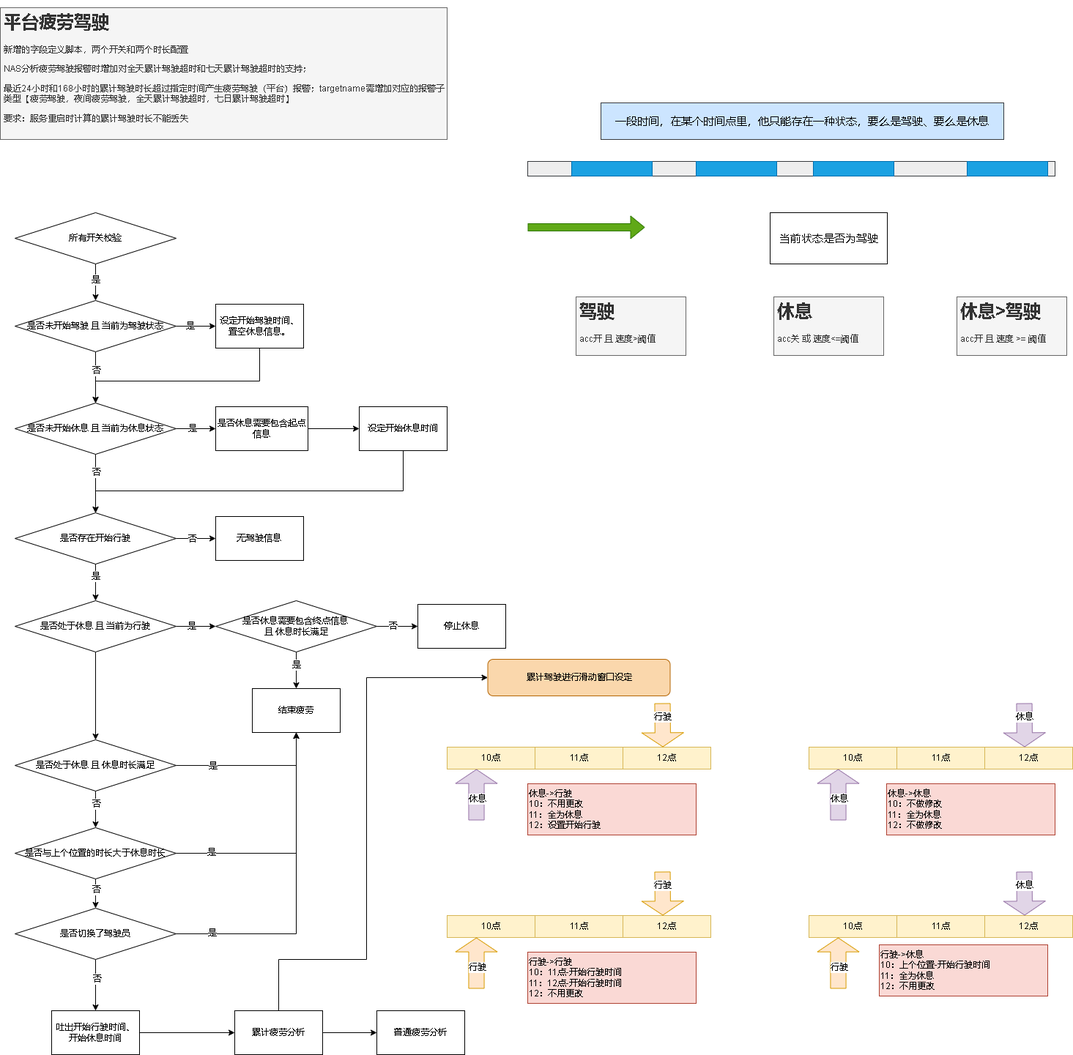
xktder/draw keeps this draw.io diagram as 平台疲劳驾驶.drawio.png. Above is the earlier version. Source tidied: cells renumbered, new cells last; positions are measured from the earlier drawing's top-left corner, leaving out a move shared by most shapes.
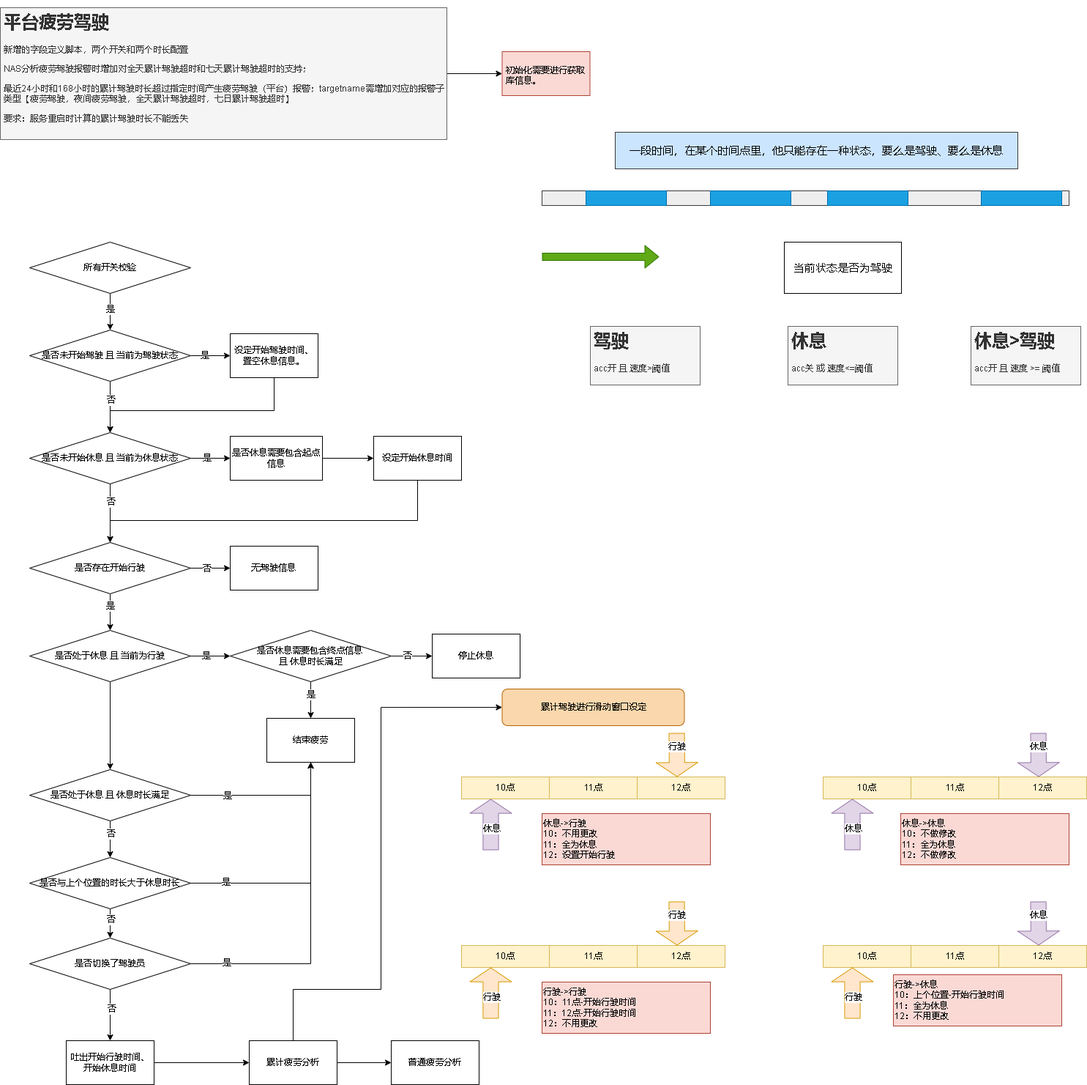
After the change.

Commit message:
更新平台疲劳驾驶.drawio.png

What changed in the source:
```diff
@@ -2,8 +2,11 @@
   <root>
     <mxCell id="0" />
     <mxCell id="1" parent="0" />
+    <mxCell id="104" style="edgeStyle=orthogonalEdgeStyle;rounded=0;jettySize=auto;html=1;" parent="1" edge="1" source="2" target="105">
+      <mxGeometry relative="1" as="geometry" />
+    </mxCell>
     <mxCell id="2" value="&lt;h1&gt;平台疲劳驾驶&lt;/h1&gt;&lt;p&gt;新增的字段定义脚本，两个开关和两个时长配置&lt;/p&gt;&lt;p&gt;NAS分析疲劳驾驶报警时增加对全天累计驾驶超时和七天累计驾驶超时的支持；&lt;/p&gt;&lt;p&gt;最近24小时和168小时的累计驾驶时长超过指定时间产生疲劳驾驶（平台）报警；targetname需增加对应的报警子类型【疲劳驾驶，夜间疲劳驾驶，全天累计驾驶超时，七日累计驾驶超时】&lt;/p&gt;&lt;p&gt;要求：服务重启时计算的累计驾驶时长不能丢失&lt;/p&gt;" style="text;html=1;strokeColor=#666666;fillColor=#f5f5f5;spacing=5;spacingTop=-20;whiteSpace=wrap;overflow=hidden;rounded=0;fontColor=#333333;" parent="1" vertex="1">
-      <mxGeometry width="610" height="180" as="geometry" />
+      <mxGeometry x="-20" y="-40" width="610" height="180" as="geometry" />
     </mxCell>
     <mxCell id="3" value="&lt;h1&gt;驾驶&lt;/h1&gt;&lt;div&gt;acc开 且 速度&amp;gt;阈值&lt;/div&gt;" style="text;html=1;spacing=5;spacingTop=-20;whiteSpace=wrap;overflow=hidden;rounded=0;fillColor=#f5f5f5;fontColor=#333333;strokeColor=#666666;" parent="1" vertex="1">
       <mxGeometry x="786" y="395" width="150" height="80" as="geometry" />
@@ -375,5 +378,8 @@
     <mxCell id="103" value="累计驾驶进行滑动窗口设定" style="rounded=1;whiteSpace=wrap;html=1;fillColor=#fad7ac;strokeColor=#b46504;" parent="1" vertex="1">
       <mxGeometry x="665.5" y="890" width="249" height="50" as="geometry" />
     </mxCell>
+    <mxCell id="105" value="&lt;br&gt;&lt;br&gt;初始化需要进行获取库信息。" style="whiteSpace=wrap;html=1;align=left;verticalAlign=top;fillColor=#fad9d5;strokeColor=#ae4132;spacing=5;spacingTop=-20;rounded=0;" parent="1" vertex="1">
+      <mxGeometry x="665.5" y="20" width="120" height="60" as="geometry" />
+    </mxCell>
   </root>
 </mxGraphModel>
```
